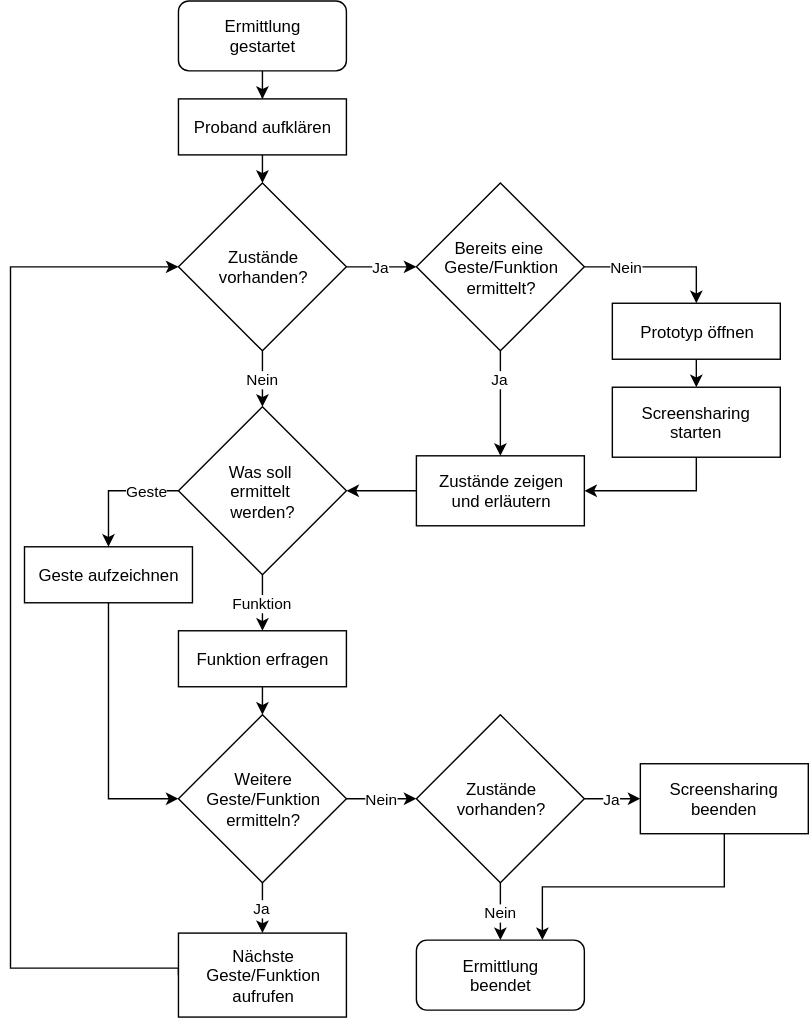
danielkuenkel/gesturenote keeps this draw.io diagram as img/de/introduction/study-preview/elicitation.svg. Above is the earlier version. Source tidied: cells renumbered, new cells last; positions are measured from the earlier drawing's top-left corner, leaving out a move shared by most shapes.
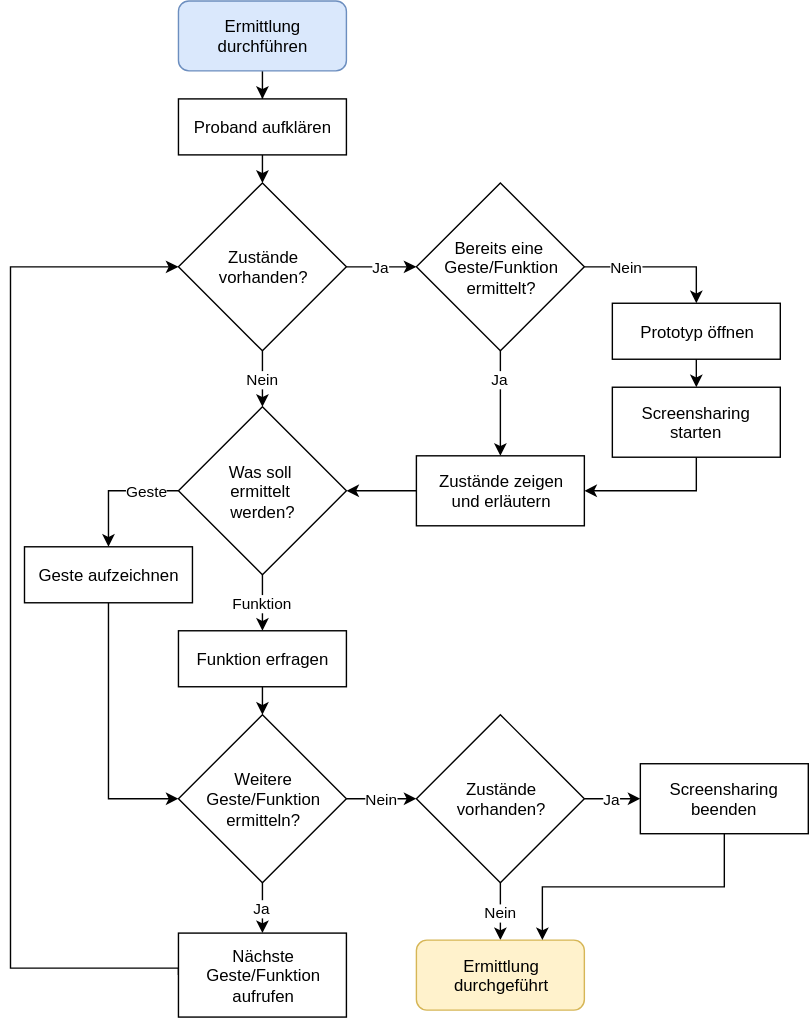
The same diagram one commit later.

The edit, as a diff of the source:
```diff
@@ -5,7 +5,7 @@
     <mxCell id="2" style="edgeStyle=orthogonalEdgeStyle;rounded=0;comic=0;html=1;shadow=0;jettySize=auto;" parent="1" edge="1" source="3" target="5">
       <mxGeometry relative="1" as="geometry" />
     </mxCell>
-    <mxCell id="3" value="Ermittlung&lt;div&gt;gestartet&lt;/div&gt;" style="rounded=1;whiteSpace=wrap;html=1;" parent="1" vertex="1">
+    <mxCell id="3" value="Ermittlung&lt;div&gt;durchführen&lt;/div&gt;" style="rounded=1;whiteSpace=wrap;html=1;fillColor=#dae8fc;strokeColor=#6c8ebf;" parent="1" vertex="1">
       <mxGeometry x="120" width="120" height="50" as="geometry" />
     </mxCell>
     <mxCell id="4" style="edgeStyle=orthogonalEdgeStyle;rounded=0;comic=0;html=1;exitX=0.5;exitY=1;entryX=0.5;entryY=0;shadow=0;jettySize=auto;" parent="1" edge="1" source="5" target="8">
@@ -59,7 +59,7 @@
     <mxCell id="20" value="Zustände&lt;div&gt;vorhanden?&lt;/div&gt;" style="rhombus;whiteSpace=wrap;html=1;" parent="1" vertex="1">
       <mxGeometry x="290" y="510" width="120" height="120" as="geometry" />
     </mxCell>
-    <mxCell id="21" value="Ermittlung&lt;div&gt;beendet&lt;/div&gt;" style="rounded=1;whiteSpace=wrap;html=1;" parent="1" vertex="1">
+    <mxCell id="21" value="Ermittlung&lt;div&gt;durchgeführt&lt;/div&gt;" style="rounded=1;whiteSpace=wrap;html=1;fillColor=#fff2cc;strokeColor=#d6b656;" parent="1" vertex="1">
       <mxGeometry x="290" y="671" width="120" height="50" as="geometry" />
     </mxCell>
     <mxCell id="22" style="edgeStyle=orthogonalEdgeStyle;rounded=0;comic=0;html=1;exitX=0.5;exitY=1;entryX=0.75;entryY=0;shadow=0;jettySize=auto;" parent="1" edge="1" source="23" target="21">
```
